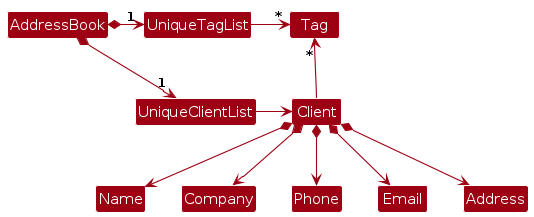
Before: diagrams/BetterModelClassDiagram.png, a diagram exported from PlantUML (AY22425S1-CS2103T-F13-4/tp). Its source is kept beside it as diagrams/BetterModelClassDiagram.puml. Its diagram source:
```plantuml
@startuml
!include style.puml
skinparam arrowThickness 1.1
skinparam arrowColor MODEL_COLOR
skinparam classBackgroundColor MODEL_COLOR

AddressBook *-right-> "1" UniqueClientList
AddressBook *-right-> "1" UniqueTagList
UniqueTagList -[hidden]down- UniqueClientList
UniqueTagList -[hidden]down- UniqueClientList

UniqueTagList -right-> "*" Tag
UniqueClientList -right-> Client

Client -up-> "*" Tag

Client *--> Name
Client *--> Company
Client *--> Phone
Client *--> Email
Client *--> Address
@enduml
```
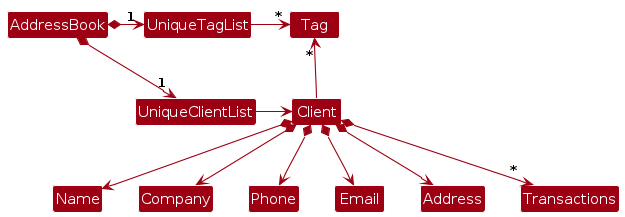
After the commit.

Diff of the diagram source:
```diff
@@ -19,4 +19,5 @@
 Client *--> Phone
 Client *--> Email
 Client *--> Address
+Client *--> "*" Transactions
 @enduml
```
